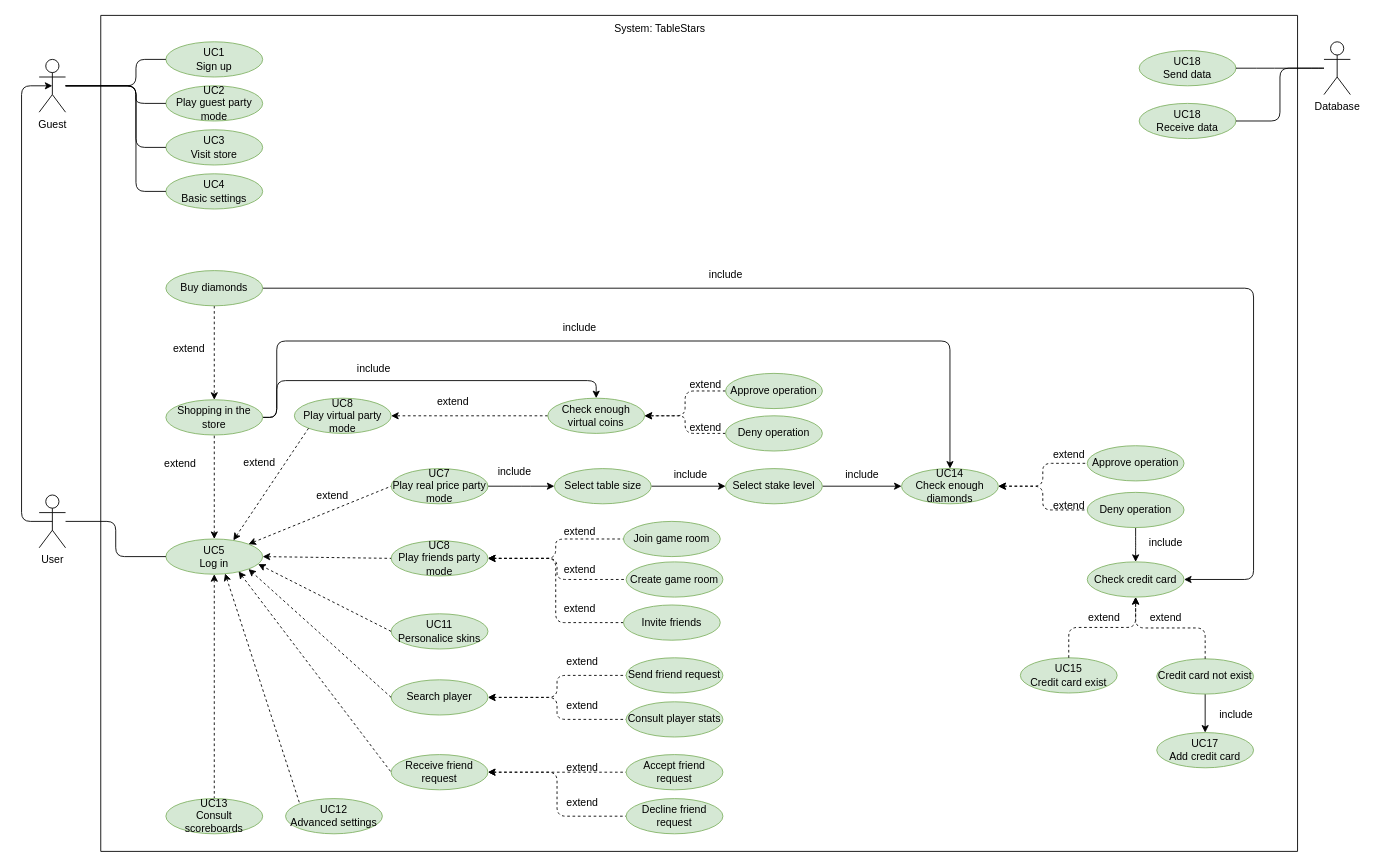
Above: doc/diagrams/TableStars_CU.drawio in samugd17/proyecto-ets (draw.io), before the change. Source tidied: cells renumbered, new cells numbered last; positions are measured from the earlier drawing's top-left corner, leaving out a move shared by most shapes. Both pictures are drawn from the tidied source at 88%, with x=0, y=0 at pixel (21, 15).
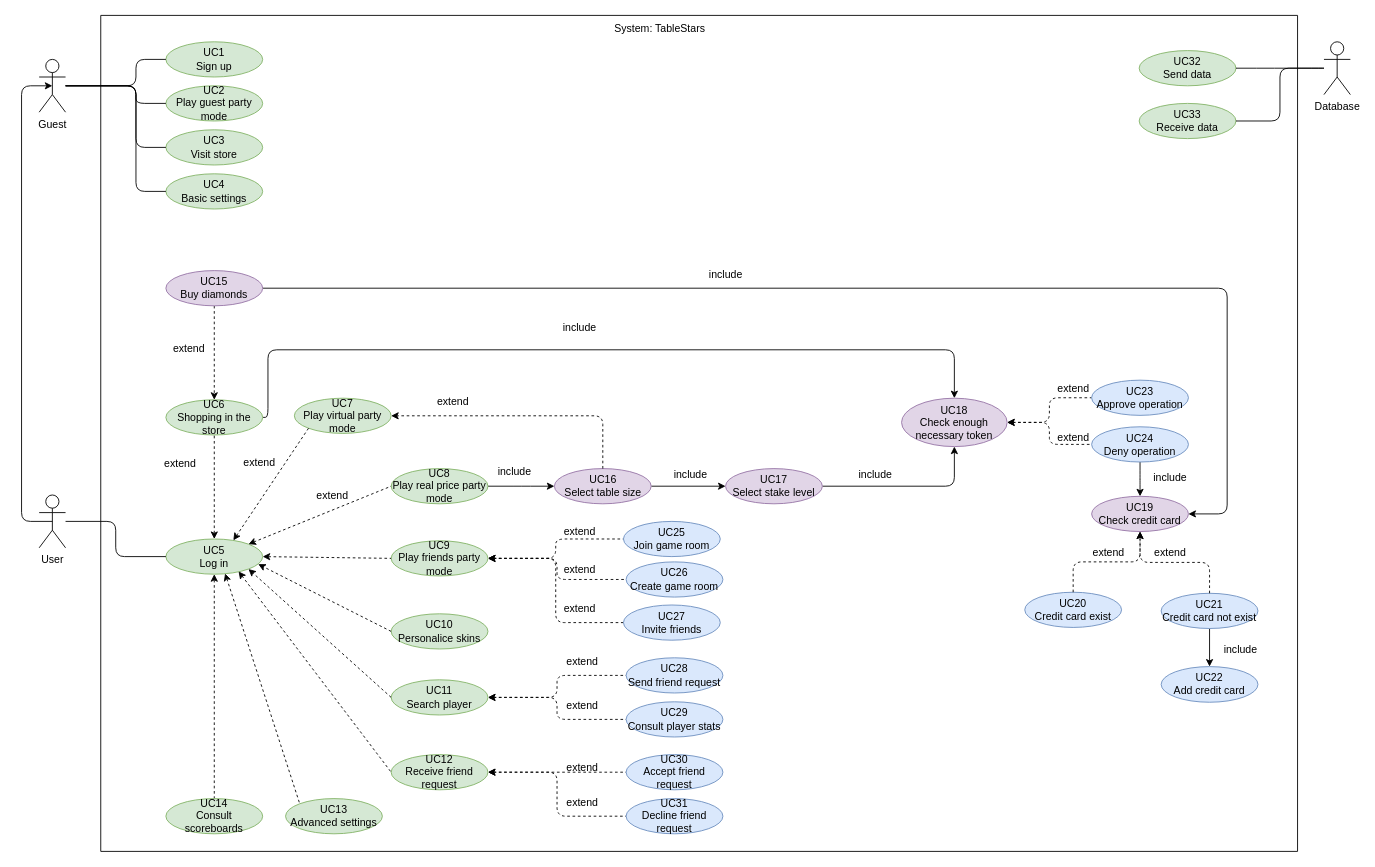
Above is the later version.

Unchanged cells that the change refers to:
```xml
<mxCell id="2" style="swimlane;startSize=0;rounded=1;" parent="1" vertex="1">
  <mxGeometry x="90" width="1360" height="950" as="geometry" />
</mxCell>
```

What changed in the source:
```diff
@@
-    <mxCell id="5" value="UC18&lt;br&gt;Send data" style="ellipse;whiteSpace=wrap;html=1;fillColor=#d5e8d4;strokeColor=#82b366;rounded=1;" parent="2" vertex="1">
+    <mxCell id="5" value="UC32&lt;br&gt;Send data" style="ellipse;whiteSpace=wrap;html=1;fillColor=#d5e8d4;strokeColor=#82b366;rounded=1;" parent="2" vertex="1">
       <mxGeometry x="1180" y="40" width="110" height="40" as="geometry" />
     </mxCell>
-    <mxCell id="6" style="edgeStyle=orthogonalEdgeStyle;jettySize=auto;html=1;entryX=0.5;entryY=0;entryDx=0;entryDy=0;exitX=1;exitY=0.5;exitDx=0;exitDy=0;" parent="2" edge="1" source="8" target="28">
+    <mxCell id="6" style="edgeStyle=orthogonalEdgeStyle;rounded=1;jettySize=auto;html=1;entryX=0.5;entryY=0;entryDx=0;entryDy=0;" parent="2" edge="1" source="8" target="28">
       <mxGeometry relative="1" as="geometry">
         <Array as="points">
-          <mxPoint x="200" y="457" />
-          <mxPoint x="200" y="370" />
-          <mxPoint x="965" y="370" />
+          <mxPoint x="190" y="457" />
+          <mxPoint x="190" y="380" />
+          <mxPoint x="970" y="380" />
         </Array>
       </mxGeometry>
     </mxCell>
-    <mxCell id="7" style="edgeStyle=orthogonalEdgeStyle;jettySize=auto;html=1;entryX=0.5;entryY=0;entryDx=0;entryDy=0;exitX=1;exitY=0.5;exitDx=0;exitDy=0;" parent="2" edge="1" source="8" target="69">
-      <mxGeometry relative="1" as="geometry">
-        <Array as="points">
-          <mxPoint x="200" y="457" />
-          <mxPoint x="200" y="415" />
-          <mxPoint x="563" y="415" />
-        </Array>
-      </mxGeometry>
-    </mxCell>
-    <mxCell id="8" value="Shopping in the store" style="ellipse;whiteSpace=wrap;html=1;fillColor=#d5e8d4;strokeColor=#82b366;rounded=1;" parent="2" vertex="1">
+    <mxCell id="8" value="UC6&lt;br&gt;Shopping in the store" style="ellipse;whiteSpace=wrap;html=1;fillColor=#d5e8d4;strokeColor=#82b366;rounded=1;" parent="2" vertex="1">
       <mxGeometry x="74" y="436.8" width="110" height="40" as="geometry" />
     </mxCell>
@@
-    <mxCell id="11" value="UC7&lt;br&gt;Play real price party mode" style="ellipse;whiteSpace=wrap;html=1;fillColor=#d5e8d4;strokeColor=#82b366;rounded=1;" parent="2" vertex="1">
+    <mxCell id="11" value="UC8&lt;br&gt;Play real price party mode" style="ellipse;whiteSpace=wrap;html=1;fillColor=#d5e8d4;strokeColor=#82b366;rounded=1;" parent="2" vertex="1">
       <mxGeometry x="330" y="515" width="110" height="40" as="geometry" />
     </mxCell>
@@
-    <mxCell id="16" value="UC13&lt;br&gt;Consult scoreboards" style="ellipse;whiteSpace=wrap;html=1;fillColor=#d5e8d4;strokeColor=#82b366;rounded=1;" parent="2" vertex="1">
+    <mxCell id="16" value="UC14&lt;br&gt;Consult scoreboards" style="ellipse;whiteSpace=wrap;html=1;fillColor=#d5e8d4;strokeColor=#82b366;rounded=1;" parent="2" vertex="1">
       <mxGeometry x="74" y="890" width="110" height="40" as="geometry" />
     </mxCell>
-    <mxCell id="17" value="UC8&lt;br&gt;Play friends party mode" style="ellipse;whiteSpace=wrap;html=1;fillColor=#d5e8d4;strokeColor=#82b366;rounded=1;" parent="2" vertex="1">
+    <mxCell id="17" value="UC9&lt;br&gt;Play friends party mode" style="ellipse;whiteSpace=wrap;html=1;fillColor=#d5e8d4;strokeColor=#82b366;rounded=1;" parent="2" vertex="1">
       <mxGeometry x="330" y="597" width="110" height="40" as="geometry" />
     </mxCell>
@@
-    <mxCell id="20" value="Search player" style="ellipse;whiteSpace=wrap;html=1;fillColor=#d5e8d4;strokeColor=#82b366;rounded=1;" parent="2" vertex="1">
+    <mxCell id="20" value="UC11&lt;br&gt;Search player" style="ellipse;whiteSpace=wrap;html=1;fillColor=#d5e8d4;strokeColor=#82b366;rounded=1;" parent="2" vertex="1">
       <mxGeometry x="330" y="755" width="110" height="40" as="geometry" />
     </mxCell>
@@
-    <mxCell id="25" value="UC11&lt;br&gt;Personalice skins" style="ellipse;whiteSpace=wrap;html=1;fillColor=#d5e8d4;strokeColor=#82b366;rounded=1;" parent="2" vertex="1">
+    <mxCell id="25" value="UC10&lt;br&gt;Personalice skins" style="ellipse;whiteSpace=wrap;html=1;fillColor=#d5e8d4;strokeColor=#82b366;rounded=1;" parent="2" vertex="1">
       <mxGeometry x="330" y="680" width="110" height="40" as="geometry" />
     </mxCell>
@@
-    <mxCell id="28" value="UC14&lt;br&gt;Check enough diamonds" style="ellipse;whiteSpace=wrap;html=1;fillColor=#d5e8d4;strokeColor=#82b366;rounded=1;" parent="2" vertex="1">
-      <mxGeometry x="910" y="515" width="110" height="40" as="geometry" />
+    <mxCell id="28" value="UC18&lt;br&gt;Check enough necessary token" style="ellipse;whiteSpace=wrap;html=1;fillColor=#e1d5e7;strokeColor=#9673a6;rounded=1;" parent="2" vertex="1">
+      <mxGeometry x="910" y="435" width="120" height="55" as="geometry" />
     </mxCell>
@@
-    <mxCell id="33" value="UC12&lt;br&gt;Advanced settings" style="ellipse;whiteSpace=wrap;html=1;fillColor=#d5e8d4;strokeColor=#82b366;rounded=1;" parent="2" vertex="1">
+    <mxCell id="33" value="UC13&lt;br&gt;Advanced settings" style="ellipse;whiteSpace=wrap;html=1;fillColor=#d5e8d4;strokeColor=#82b366;rounded=1;" parent="2" vertex="1">
       <mxGeometry x="210" y="890" width="110" height="40" as="geometry" />
     </mxCell>
@@
-    <mxCell id="35" value="UC18&lt;br&gt;Receive data" style="ellipse;whiteSpace=wrap;html=1;fillColor=#d5e8d4;strokeColor=#82b366;rounded=1;" parent="2" vertex="1">
+    <mxCell id="35" value="UC33&lt;br&gt;Receive data" style="ellipse;whiteSpace=wrap;html=1;fillColor=#d5e8d4;strokeColor=#82b366;rounded=1;" parent="2" vertex="1">
       <mxGeometry x="1180" y="100" width="110" height="40" as="geometry" />
     </mxCell>
-    <mxCell id="36" value="Send friend request" style="ellipse;whiteSpace=wrap;html=1;fillColor=#d5e8d4;strokeColor=#82b366;rounded=1;" parent="2" vertex="1">
+    <mxCell id="36" value="UC28&lt;br&gt;Send friend request" style="ellipse;whiteSpace=wrap;html=1;fillColor=#dae8fc;strokeColor=#6c8ebf;rounded=1;" parent="2" vertex="1">
       <mxGeometry x="597" y="730" width="110" height="40" as="geometry" />
     </mxCell>
@@
-    <mxCell id="38" value="Consult player stats" style="ellipse;whiteSpace=wrap;html=1;fillColor=#d5e8d4;strokeColor=#82b366;rounded=1;" parent="2" vertex="1">
+    <mxCell id="38" value="UC29&lt;br&gt;Consult player stats" style="ellipse;whiteSpace=wrap;html=1;fillColor=#dae8fc;strokeColor=#6c8ebf;rounded=1;" parent="2" vertex="1">
       <mxGeometry x="597" y="780" width="110" height="40" as="geometry" />
     </mxCell>
@@
-    <mxCell id="41" value="Receive friend request" style="ellipse;whiteSpace=wrap;html=1;fillColor=#d5e8d4;strokeColor=#82b366;rounded=1;" parent="2" vertex="1">
+    <mxCell id="41" value="UC12&lt;br&gt;Receive friend request" style="ellipse;whiteSpace=wrap;html=1;fillColor=#d5e8d4;strokeColor=#82b366;rounded=1;" parent="2" vertex="1">
       <mxGeometry x="330" y="840" width="110" height="40" as="geometry" />
     </mxCell>
@@
-    <mxCell id="44" value="Accept friend request" style="ellipse;whiteSpace=wrap;html=1;fillColor=#d5e8d4;strokeColor=#82b366;rounded=1;" parent="2" vertex="1">
+    <mxCell id="44" value="UC30&lt;br&gt;Accept friend request" style="ellipse;whiteSpace=wrap;html=1;fillColor=#dae8fc;strokeColor=#6c8ebf;rounded=1;" parent="2" vertex="1">
       <mxGeometry x="597" y="840" width="110" height="40" as="geometry" />
     </mxCell>
@@
-    <mxCell id="46" value="Decline friend request" style="ellipse;whiteSpace=wrap;html=1;fillColor=#d5e8d4;strokeColor=#82b366;rounded=1;" parent="2" vertex="1">
+    <mxCell id="46" value="UC31&lt;br&gt;Decline friend request" style="ellipse;whiteSpace=wrap;html=1;fillColor=#dae8fc;strokeColor=#6c8ebf;rounded=1;" parent="2" vertex="1">
       <mxGeometry x="597" y="890" width="110" height="40" as="geometry" />
     </mxCell>
@@
-    <mxCell id="49" value="Deny operation" style="ellipse;whiteSpace=wrap;html=1;fillColor=#d5e8d4;strokeColor=#82b366;rounded=1;" parent="2" vertex="1">
-      <mxGeometry x="1121" y="542" width="110" height="40" as="geometry" />
+    <mxCell id="49" value="UC24&lt;br&gt;Deny operation" style="ellipse;whiteSpace=wrap;html=1;fillColor=#dae8fc;strokeColor=#6c8ebf;rounded=1;" parent="2" vertex="1">
+      <mxGeometry x="1126" y="467.5" width="110" height="40" as="geometry" />
     </mxCell>
-    <mxCell id="50" value="Approve operation" style="ellipse;whiteSpace=wrap;html=1;fillColor=#d5e8d4;strokeColor=#82b366;rounded=1;" parent="2" vertex="1">
-      <mxGeometry x="1121" y="489" width="110" height="40" as="geometry" />
+    <mxCell id="50" value="UC23&lt;br&gt;Approve operation" style="ellipse;whiteSpace=wrap;html=1;fillColor=#dae8fc;strokeColor=#6c8ebf;rounded=1;" parent="2" vertex="1">
+      <mxGeometry x="1126" y="414.5" width="110" height="40" as="geometry" />
     </mxCell>
     <mxCell id="51" value="extend" style="text;html=1;align=center;verticalAlign=middle;strokeColor=none;fillColor=none;rounded=1;" parent="2" vertex="1">
-      <mxGeometry x="1070" y="484" width="60" height="30" as="geometry" />
+      <mxGeometry x="1075" y="409.5" width="60" height="30" as="geometry" />
     </mxCell>
     <mxCell id="52" value="extend" style="text;html=1;align=center;verticalAlign=middle;strokeColor=none;fillColor=none;rounded=1;" parent="2" vertex="1">
-      <mxGeometry x="1070" y="542" width="60" height="30" as="geometry" />
+      <mxGeometry x="1075" y="464.5" width="60" height="30" as="geometry" />
     </mxCell>
-    <mxCell id="53" value="Join game room" style="ellipse;whiteSpace=wrap;html=1;fillColor=#d5e8d4;strokeColor=#82b366;rounded=1;" parent="2" vertex="1">
+    <mxCell id="53" value="UC25&lt;br&gt;Join game room" style="ellipse;whiteSpace=wrap;html=1;fillColor=#dae8fc;strokeColor=#6c8ebf;rounded=1;" parent="2" vertex="1">
       <mxGeometry x="594" y="575" width="110" height="40" as="geometry" />
     </mxCell>
-    <mxCell id="54" value="Create game room" style="ellipse;whiteSpace=wrap;html=1;fillColor=#d5e8d4;strokeColor=#82b366;rounded=1;" parent="2" vertex="1">
+    <mxCell id="54" value="UC26&lt;br&gt;Create game room" style="ellipse;whiteSpace=wrap;html=1;fillColor=#dae8fc;strokeColor=#6c8ebf;rounded=1;" parent="2" vertex="1">
       <mxGeometry x="597" y="621" width="110" height="40" as="geometry" />
     </mxCell>
@@
-    <mxCell id="56" value="Invite friends" style="ellipse;whiteSpace=wrap;html=1;fillColor=#d5e8d4;strokeColor=#82b366;rounded=1;" parent="2" vertex="1">
+    <mxCell id="56" value="UC27&lt;br&gt;Invite friends" style="ellipse;whiteSpace=wrap;html=1;fillColor=#dae8fc;strokeColor=#6c8ebf;rounded=1;" parent="2" vertex="1">
       <mxGeometry x="594" y="670" width="110" height="40" as="geometry" />
     </mxCell>
@@
-    <mxCell id="61" value="Select table size" style="ellipse;whiteSpace=wrap;html=1;fillColor=#d5e8d4;strokeColor=#82b366;rounded=1;" parent="2" vertex="1">
+    <mxCell id="61" value="UC16&lt;br&gt;Select table size" style="ellipse;whiteSpace=wrap;html=1;fillColor=#e1d5e7;strokeColor=#9673a6;rounded=1;" parent="2" vertex="1">
       <mxGeometry x="515.5" y="515" width="110" height="40" as="geometry" />
     </mxCell>
-    <mxCell id="62" style="edgeStyle=orthogonalEdgeStyle;jettySize=auto;html=1;entryX=0;entryY=0.5;entryDx=0;entryDy=0;" parent="2" edge="1" source="63" target="28">
-      <mxGeometry relative="1" as="geometry" />
+    <mxCell id="62" style="edgeStyle=orthogonalEdgeStyle;jettySize=auto;html=1;entryX=0.5;entryY=1;entryDx=0;entryDy=0;" parent="2" edge="1" source="63" target="28">
+      <mxGeometry relative="1" as="geometry">
+        <Array as="points">
+          <mxPoint x="970" y="535" />
+        </Array>
+      </mxGeometry>
     </mxCell>
-    <mxCell id="63" value="Select stake level" style="ellipse;whiteSpace=wrap;html=1;fillColor=#d5e8d4;strokeColor=#82b366;rounded=1;" parent="2" vertex="1">
+    <mxCell id="63" value="UC17&lt;br&gt;Select stake level" style="ellipse;whiteSpace=wrap;html=1;fillColor=#e1d5e7;strokeColor=#9673a6;rounded=1;" parent="2" vertex="1">
       <mxGeometry x="710" y="515" width="110" height="40" as="geometry" />
     </mxCell>
     <mxCell id="64" value="include" style="text;html=1;align=center;verticalAlign=middle;strokeColor=none;fillColor=none;rounded=1;" parent="2" vertex="1">
-      <mxGeometry x="834.5" y="507.2" width="60" height="30" as="geometry" />
+      <mxGeometry x="850" y="507.2" width="60" height="30" as="geometry" />
     </mxCell>
@@
-    <mxCell id="66" value="Check credit card" style="ellipse;whiteSpace=wrap;html=1;fillColor=#d5e8d4;strokeColor=#82b366;rounded=1;" parent="2" vertex="1">
-      <mxGeometry x="1121" y="621" width="110" height="40" as="geometry" />
+    <mxCell id="66" value="UC19&lt;br&gt;Check credit card" style="ellipse;whiteSpace=wrap;html=1;fillColor=#e1d5e7;strokeColor=#9673a6;rounded=1;" parent="2" vertex="1">
+      <mxGeometry x="1126" y="546.5" width="110" height="40" as="geometry" />
     </mxCell>
-    <mxCell id="67" value="UC8&lt;br&gt;Play virtual party mode" style="ellipse;whiteSpace=wrap;html=1;fillColor=#d5e8d4;strokeColor=#82b366;rounded=1;" parent="2" vertex="1">
+    <mxCell id="67" value="UC7&lt;br&gt;Play virtual party mode" style="ellipse;whiteSpace=wrap;html=1;fillColor=#d5e8d4;strokeColor=#82b366;rounded=1;" parent="2" vertex="1">
       <mxGeometry x="220" y="435" width="110" height="40" as="geometry" />
     </mxCell>
-    <mxCell id="68" style="edgeStyle=orthogonalEdgeStyle;jettySize=auto;html=1;entryX=1;entryY=0.5;entryDx=0;entryDy=0;dashed=1;" parent="2" edge="1" source="69" target="67">
+    <mxCell id="68" style="edgeStyle=orthogonalEdgeStyle;jettySize=auto;html=1;entryX=1;entryY=0.5;entryDx=0;entryDy=0;dashed=1;exitX=0.5;exitY=0;exitDx=0;exitDy=0;" parent="2" edge="1" source="61" target="67">
       <mxGeometry relative="1" as="geometry" />
     </mxCell>
-    <mxCell id="69" value="Check enough virtual coins" style="ellipse;whiteSpace=wrap;html=1;fillColor=#d5e8d4;strokeColor=#82b366;rounded=1;" parent="2" vertex="1">
-      <mxGeometry x="508" y="435" width="110" height="40" as="geometry" />
-    </mxCell>
@@
-    <mxCell id="71" value="include" style="text;html=1;align=center;verticalAlign=middle;strokeColor=none;fillColor=none;rounded=1;" parent="2" vertex="1">
-      <mxGeometry x="280" y="386.5" width="60" height="30" as="geometry" />
-    </mxCell>
@@
-    <mxCell id="77" style="edgeStyle=orthogonalEdgeStyle;jettySize=auto;html=1;entryX=1;entryY=0.5;entryDx=0;entryDy=0;dashed=1;" parent="2" edge="1" source="78" target="69">
-      <mxGeometry relative="1" as="geometry" />
-    </mxCell>
-    <mxCell id="78" value="Approve operation" style="ellipse;whiteSpace=wrap;html=1;fillColor=#d5e8d4;strokeColor=#82b366;rounded=1;" parent="2" vertex="1">
-      <mxGeometry x="710" y="406.8" width="110" height="40" as="geometry" />
-    </mxCell>
-    <mxCell id="79" style="edgeStyle=orthogonalEdgeStyle;jettySize=auto;html=1;entryX=1;entryY=0.5;entryDx=0;entryDy=0;dashed=1;" parent="2" edge="1" source="80" target="69">
-      <mxGeometry relative="1" as="geometry" />
-    </mxCell>
-    <mxCell id="80" value="Deny operation" style="ellipse;whiteSpace=wrap;html=1;fillColor=#d5e8d4;strokeColor=#82b366;rounded=1;" parent="2" vertex="1">
-      <mxGeometry x="710" y="455" width="110" height="40" as="geometry" />
-    </mxCell>
-    <mxCell id="81" value="extend" style="text;html=1;align=center;verticalAlign=middle;strokeColor=none;fillColor=none;rounded=1;" parent="2" vertex="1">
-      <mxGeometry x="657" y="405" width="60" height="30" as="geometry" />
-    </mxCell>
-    <mxCell id="82" value="extend" style="text;html=1;align=center;verticalAlign=middle;strokeColor=none;fillColor=none;rounded=1;" parent="2" vertex="1">
-      <mxGeometry x="657" y="454" width="60" height="30" as="geometry" />
-    </mxCell>
@@
-    <mxCell id="84" style="edgeStyle=orthogonalEdgeStyle;jettySize=auto;html=1;entryX=1;entryY=0.5;entryDx=0;entryDy=0;" parent="2" edge="1" source="85" target="66">
+    <mxCell id="84" style="edgeStyle=orthogonalEdgeStyle;rounded=1;jettySize=auto;html=1;entryX=1;entryY=0.5;entryDx=0;entryDy=0;" parent="2" edge="1" source="85" target="66">
       <mxGeometry relative="1" as="geometry">
         <Array as="points">
-          <mxPoint x="1310" y="310" />
-          <mxPoint x="1310" y="641" />
+          <mxPoint x="1280" y="310" />
+          <mxPoint x="1280" y="567" />
         </Array>
       </mxGeometry>
     </mxCell>
-    <mxCell id="85" value="Buy diamonds" style="ellipse;whiteSpace=wrap;html=1;fillColor=#d5e8d4;strokeColor=#82b366;rounded=1;" parent="2" vertex="1">
+    <mxCell id="85" value="UC15&lt;br&gt;Buy diamonds" style="ellipse;whiteSpace=wrap;html=1;fillColor=#e1d5e7;strokeColor=#9673a6;rounded=1;" parent="2" vertex="1">
       <mxGeometry x="74" y="290" width="110" height="40" as="geometry" />
     </mxCell>
@@
-    <mxCell id="87" value="UC15&lt;br&gt;Credit card exist" style="ellipse;whiteSpace=wrap;html=1;fillColor=#d5e8d4;strokeColor=#82b366;rounded=1;" parent="2" vertex="1">
-      <mxGeometry x="1045" y="730" width="110" height="40" as="geometry" />
+    <mxCell id="87" value="UC20&lt;br&gt;Credit card exist" style="ellipse;whiteSpace=wrap;html=1;fillColor=#dae8fc;strokeColor=#6c8ebf;rounded=1;" parent="2" vertex="1">
+      <mxGeometry x="1050" y="655.5" width="110" height="40" as="geometry" />
     </mxCell>
@@
     <mxCell id="89" value="extend" style="text;html=1;align=center;verticalAlign=middle;strokeColor=none;fillColor=none;rounded=1;" parent="2" vertex="1">
-      <mxGeometry x="1110" y="670" width="60" height="30" as="geometry" />
+      <mxGeometry x="1115" y="595.5" width="60" height="30" as="geometry" />
     </mxCell>
     <mxCell id="90" value="extend" style="text;html=1;align=center;verticalAlign=middle;strokeColor=none;fillColor=none;rounded=1;" parent="2" vertex="1">
-      <mxGeometry x="1180" y="670" width="60" height="30" as="geometry" />
+      <mxGeometry x="1185" y="595.5" width="60" height="30" as="geometry" />
     </mxCell>
@@
-    <mxCell id="92" value="Credit card not exist" style="ellipse;whiteSpace=wrap;html=1;fillColor=#d5e8d4;strokeColor=#82b366;rounded=1;" parent="2" vertex="1">
-      <mxGeometry x="1200" y="731.2" width="110" height="40" as="geometry" />
+    <mxCell id="92" value="UC21&lt;br&gt;Credit card not exist" style="ellipse;whiteSpace=wrap;html=1;fillColor=#dae8fc;strokeColor=#6c8ebf;rounded=1;" parent="2" vertex="1">
+      <mxGeometry x="1205" y="656.7" width="110" height="40" as="geometry" />
     </mxCell>
@@
-    <mxCell id="94" value="UC17&lt;br&gt;Add credit card" style="ellipse;whiteSpace=wrap;html=1;fillColor=#d5e8d4;strokeColor=#82b366;rounded=1;" parent="2" vertex="1">
-      <mxGeometry x="1200" y="815" width="110" height="40" as="geometry" />
+    <mxCell id="94" value="UC22&lt;br&gt;Add credit card" style="ellipse;whiteSpace=wrap;html=1;fillColor=#dae8fc;strokeColor=#6c8ebf;rounded=1;" parent="2" vertex="1">
+      <mxGeometry x="1205" y="740" width="110" height="40.5" as="geometry" />
     </mxCell>
     <mxCell id="95" value="include" style="text;html=1;align=center;verticalAlign=middle;strokeColor=none;fillColor=none;rounded=1;" parent="2" vertex="1">
-      <mxGeometry x="1260" y="780" width="60" height="30" as="geometry" />
+      <mxGeometry x="1265" y="705.5" width="60" height="30" as="geometry" />
     </mxCell>
     <mxCell id="96" value="include" style="text;html=1;align=center;verticalAlign=middle;strokeColor=none;fillColor=none;rounded=1;" parent="2" vertex="1">
-      <mxGeometry x="1180" y="585" width="60" height="30" as="geometry" />
+      <mxGeometry x="1185" y="510.5" width="60" height="30" as="geometry" />
     </mxCell>
```
